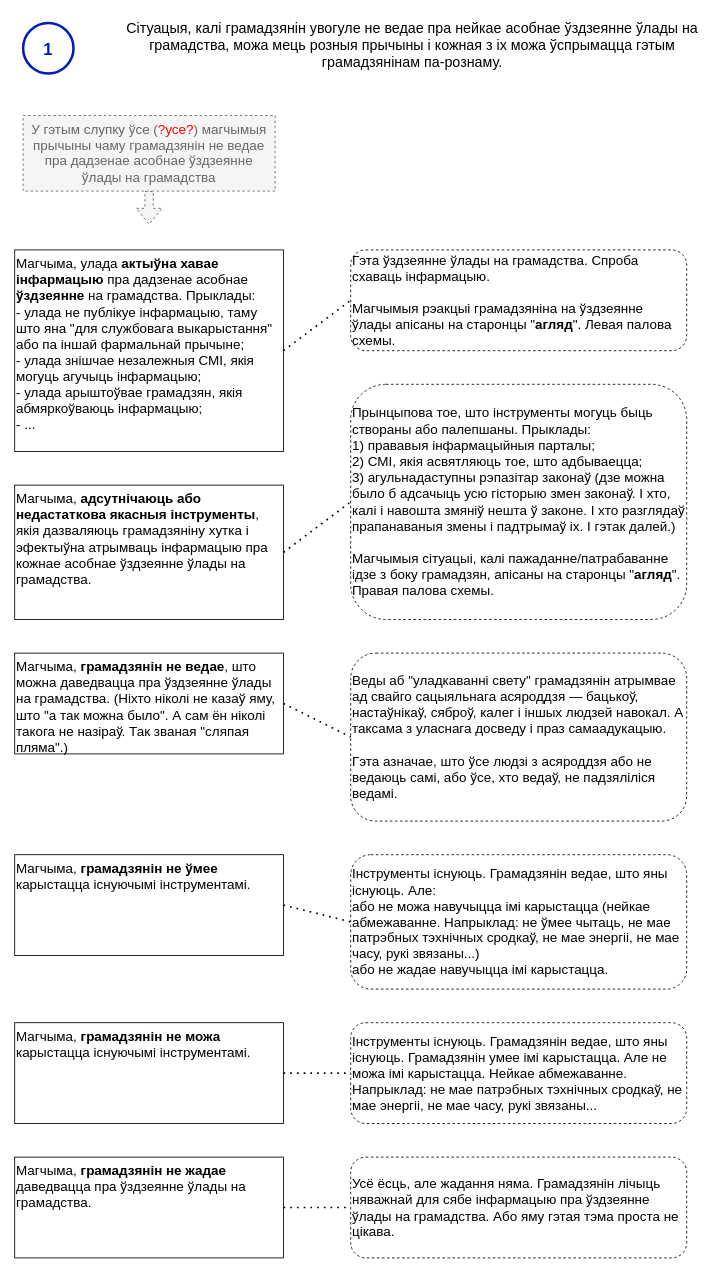
Earlier version of the draw.io diagram page "нататка-1" (2 of 3) of current-reality-tree/Дрэва цяперашняй рэальнасці.drawio (mshurkaeu-public/i-care.by). Source tidied: cells renumbered, new cells numbered last; positions are measured from the earlier drawing's top-left corner, leaving out a move shared by most shapes. Both pictures are drawn from the tidied source at 84%, with x=0, y=0 at pixel (14, 14).
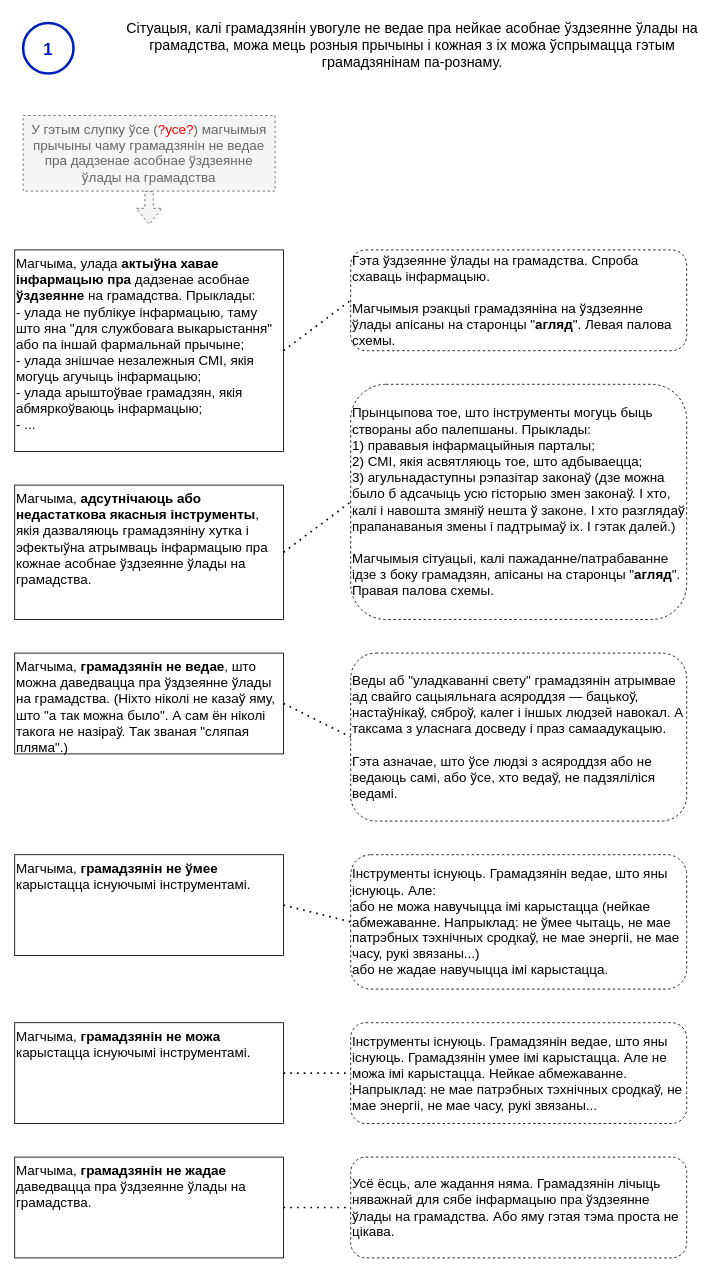
The same diagram, later.

Commit message:
The 56 version of the current reality tree

What changed in the source:
```diff
@@
-    <mxCell id="7" value="Магчыма, улада &lt;b&gt;актыўна хавае інфармацыю&lt;/b&gt; пра дадзенае асобнае &lt;b&gt;ўздзеянне&lt;/b&gt; на грамадства. Прыклады:&lt;br&gt;- улада не публікуе інфармацыю, таму што яна &quot;для службовага выкарыстання&quot; або па іншай фармальнай прычыне;&lt;br&gt;- улада знішчае незалежныя СМІ, якія могуць агучыць інфармацыю;&lt;br&gt;- улада арыштоўвае грамадзян, якія абмяркоўваюць інфармацыю;&lt;br&gt;- ...&lt;br&gt; " style="text;html=1;align=left;verticalAlign=top;whiteSpace=wrap;rounded=0;fontSize=16;strokeColor=default;rotation=0;" parent="1" vertex="1">
+    <mxCell id="7" value="Магчыма, улада &lt;b&gt;актыўна хавае інфармацыю пра&lt;/b&gt; дадзенае асобнае &lt;b&gt;ўздзеянне&lt;/b&gt; на грамадства. Прыклады:&lt;br&gt;- улада не публікуе інфармацыю, таму што яна &quot;для службовага выкарыстання&quot; або па іншай фармальнай прычыне;&lt;br&gt;- улада знішчае незалежныя СМІ, якія могуць агучыць інфармацыю;&lt;br&gt;- улада арыштоўвае грамадзян, якія абмяркоўваюць інфармацыю;&lt;br&gt;- ...&lt;br&gt; " style="text;html=1;align=left;verticalAlign=top;whiteSpace=wrap;rounded=0;fontSize=16;strokeColor=default;rotation=0;" parent="1" vertex="1">
       <mxGeometry y="280" width="320" height="240" as="geometry" />
     </mxCell>
```
